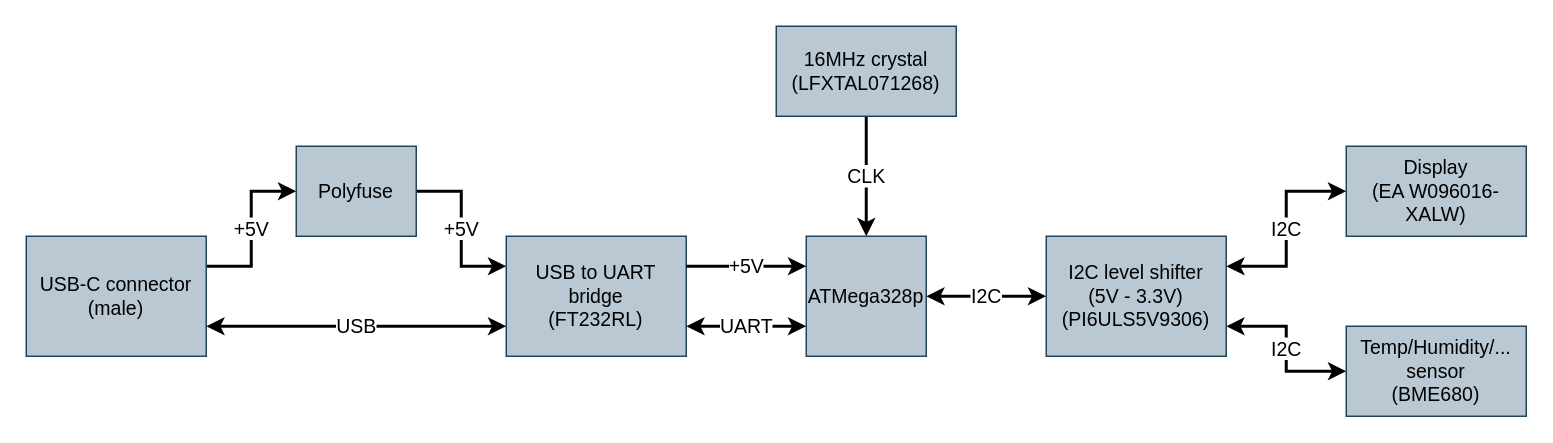
This is Documentatie/Analyse/Hardware analyse/blokschema (powerpoint).drawio from Jelte-Boumans/Bachelorproef-Herstelsysteem-Ramen, a draw.io file, before an edit. Source tidied: cells renumbered, new cells numbered last; positions are measured from the earlier drawing's top-left corner, leaving out a move shared by most shapes. Both pictures are drawn from the tidied source at 150%, with x=0, y=0 at pixel (26, 26).
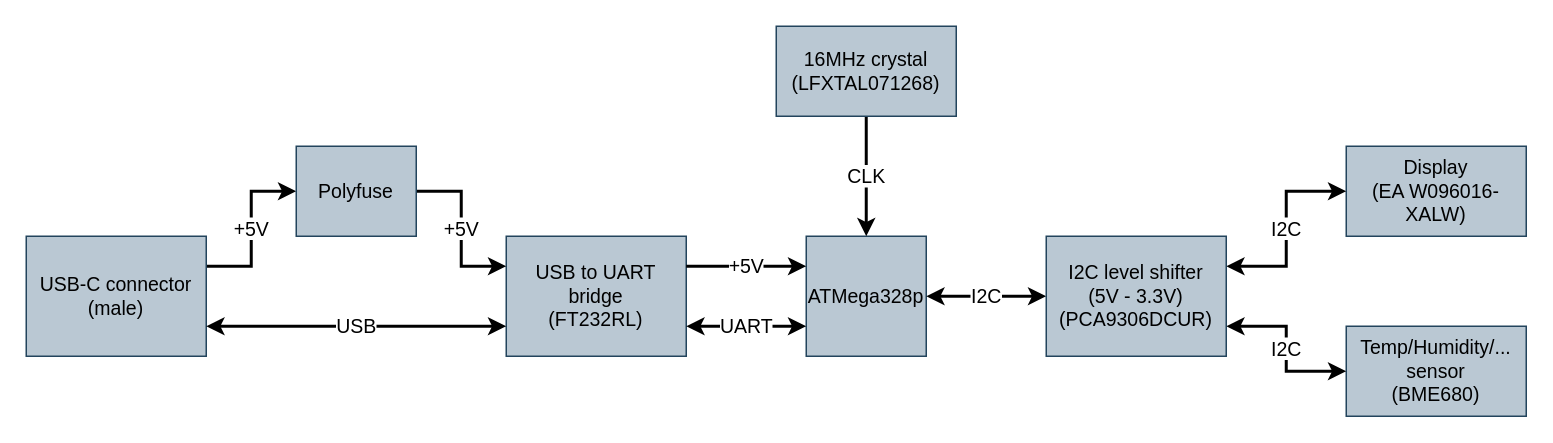
Above is the later version.

The edit, as a diff of the source:
```diff
@@
-    <mxCell id="18" value="I2C level shifter&lt;br style=&quot;font-size: 13px;&quot;&gt;(5V - 3.3V)&lt;br style=&quot;font-size: 13px;&quot;&gt;(PI6ULS5V9306)" style="rounded=0;whiteSpace=wrap;html=1;fillColor=#bac8d3;strokeColor=#23445d;fontSize=13;" parent="1" vertex="1">
+    <mxCell id="18" value="I2C level shifter&lt;br style=&quot;font-size: 13px;&quot;&gt;(5V - 3.3V)&lt;br style=&quot;font-size: 13px;&quot;&gt;(PCA9306DCUR)" style="rounded=0;whiteSpace=wrap;html=1;fillColor=#bac8d3;strokeColor=#23445d;fontSize=13;" parent="1" vertex="1">
       <mxGeometry x="680" y="140" width="120" height="80" as="geometry" />
     </mxCell>
```
